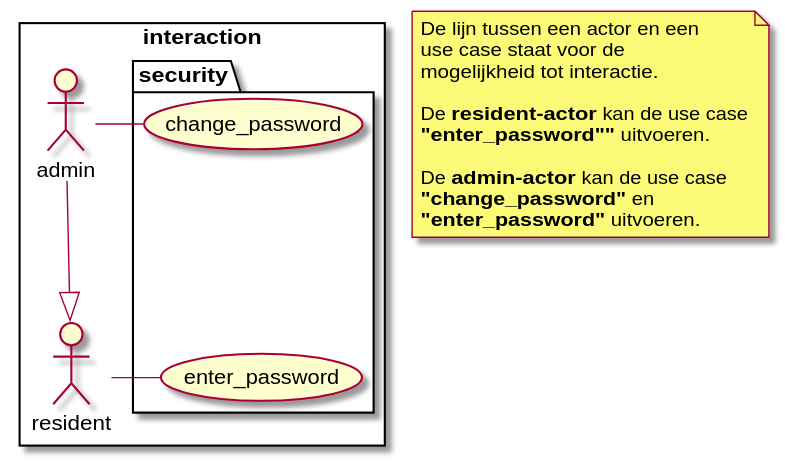
This is export/use_case/actor_interaction.svg from LukevLuijn/cheat_sheet_osm_mo, a PlantUML export, as it was before one commit. Its diagram source:
```plantuml
@startuml

rectangle r1 as "interaction" {
    package "security" as p1{
        usecase enter_password as uc1
        usecase change_password as uc2

        uc1 -[hidden]up-> uc2
    }

    actor "admin" as a1
    actor "resident" as a2

    a1 -right- uc2
    a2 -right- uc1

    a1 --|> a2
}

note as n1
    De lijn tussen een actor en een
    use case staat voor de
    mogelijkheid tot interactie.

    De **resident-actor** kan de use case
    **"enter_password""** uitvoeren.

    De **admin-actor** kan de use case
    **"change_password"** en
    **"enter_password"** uitvoeren.
end note

@enduml
```
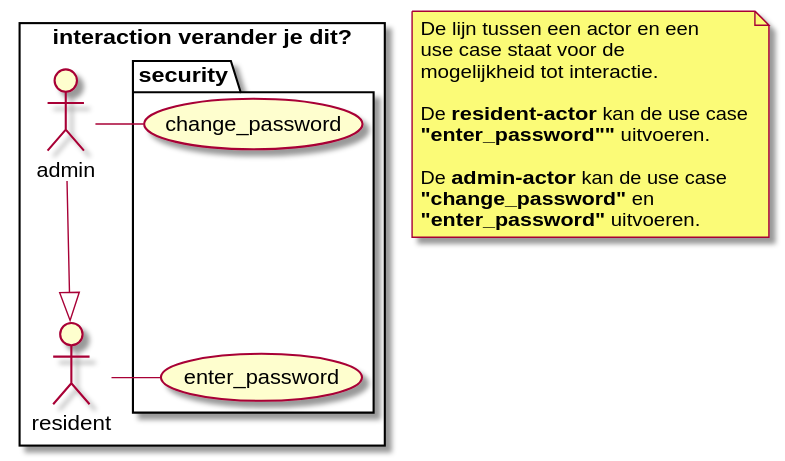
The same diagram one commit later.

Commit message:
[osm-mo] commit to check something.

Change to the diagram source:
```diff
@@ -1,6 +1,6 @@
 @startuml
 
-rectangle r1 as "interaction" {
+rectangle r1 as "interaction verander je dit?" {
     package "security" as p1{
         usecase enter_password as uc1
         usecase change_password as uc2
```
